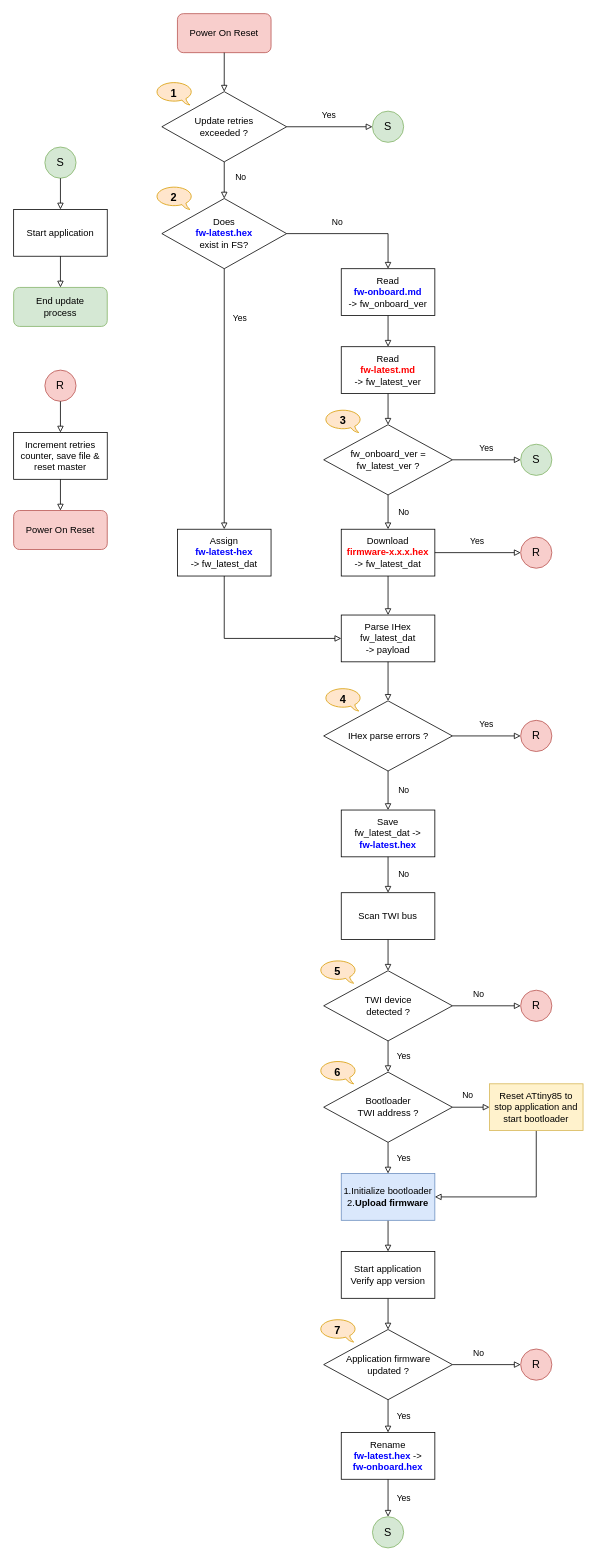
casanovg/timonel-ota-demo keeps this draw.io diagram as diagrams/Firmware-Update.drawio. Above is the earlier version. Source tidied: cells renumbered, new cells numbered last; positions are measured from the earlier drawing's top-left corner, leaving out a move shared by most shapes. Both pictures are drawn from the tidied source at 78%, with x=0, y=0 at pixel (13, 13).
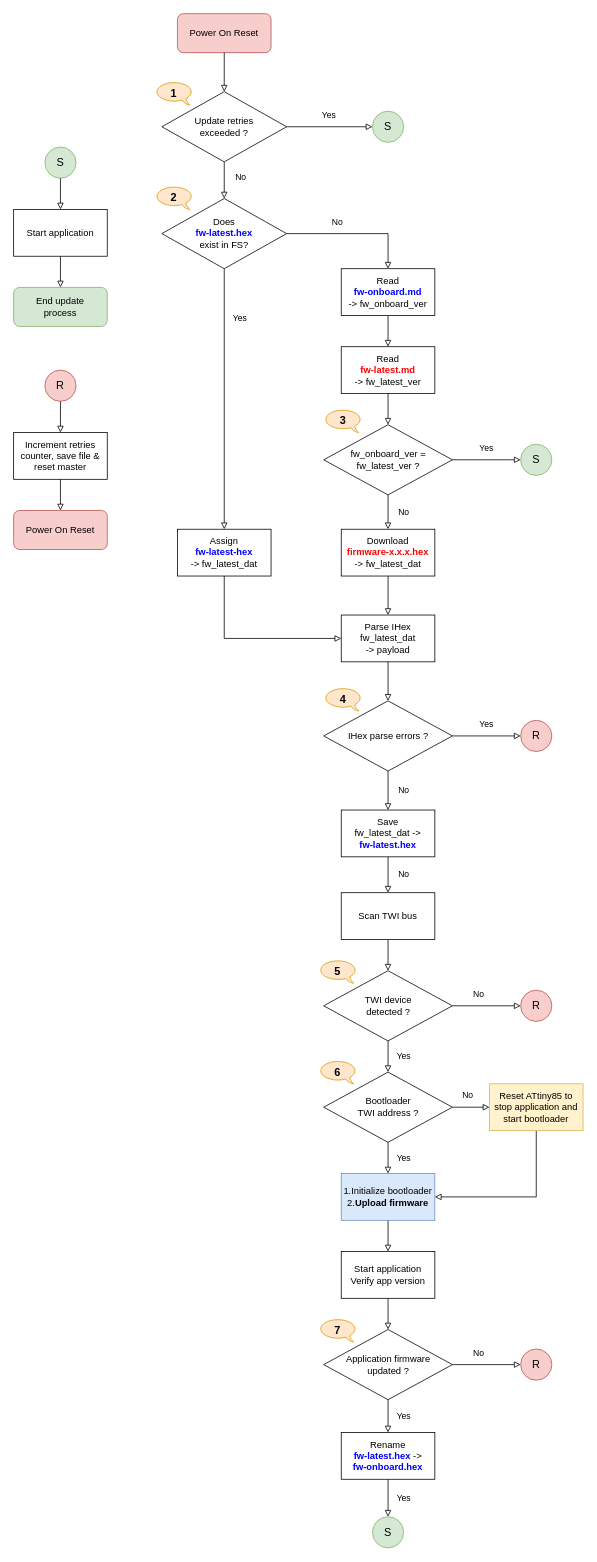
After the change.

Unchanged cells that the change refers to:
```xml
<mxCell id="32" value="Download&lt;br&gt;&lt;font color=&quot;#ff0000&quot;&gt;&lt;b&gt;firmware-x.x.x.hex&lt;/b&gt;&lt;/font&gt;&lt;br&gt;-&amp;gt; &lt;font&gt;fw_latest_dat&lt;/font&gt;" style="rounded=0;whiteSpace=wrap;html=1;" parent="1" vertex="1">
  <mxGeometry x="420" y="661" width="120" height="60" as="geometry" />
</mxCell>
```

Diff of the diagram source:
```diff
@@
-    <mxCell id="47" value="Yes" style="edgeStyle=orthogonalEdgeStyle;rounded=0;jettySize=auto;html=1;endArrow=block;endFill=0;strokeColor=#000000;strokeWidth=1;exitX=1;exitY=0.5;exitDx=0;exitDy=0;entryX=0;entryY=0.5;entryDx=0;entryDy=0;" parent="1" edge="1" source="32" target="48">
-      <mxGeometry x="-0.03" y="15" relative="1" as="geometry">
-        <mxPoint x="1" as="offset" />
-      </mxGeometry>
-    </mxCell>
-    <mxCell id="48" value="&lt;font style=&quot;font-size: 14px&quot;&gt;R&lt;/font&gt;" style="ellipse;whiteSpace=wrap;html=1;fillColor=#f8cecc;strokeColor=#b85450;" parent="1" vertex="1">
-      <mxGeometry x="650" y="671" width="40" height="40" as="geometry" />
-    </mxCell>
```
